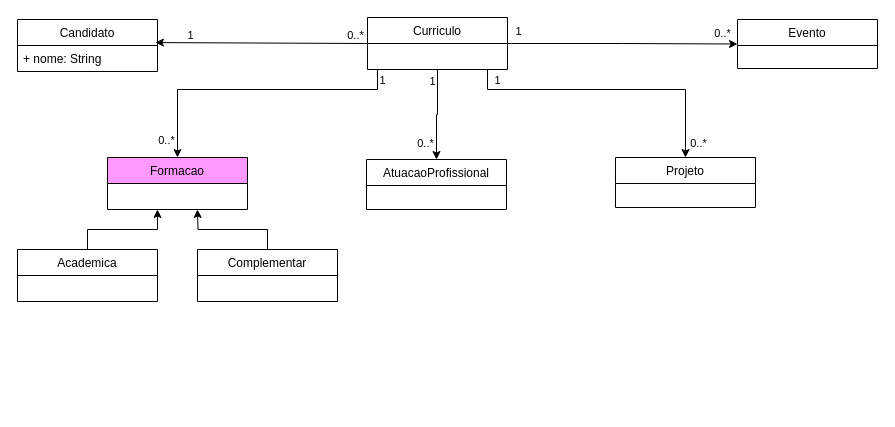
Above: appcurriculumvitae/uml/posJava.drawio in hamiltonvalerio/arquitetura-java (draw.io), before the change. Source tidied: cells renumbered, new cells numbered last; positions are measured from the earlier drawing's top-left corner, leaving out a move shared by most shapes. Both pictures are drawn from the tidied source at 100%, with x=0, y=0 at pixel (17, 17).
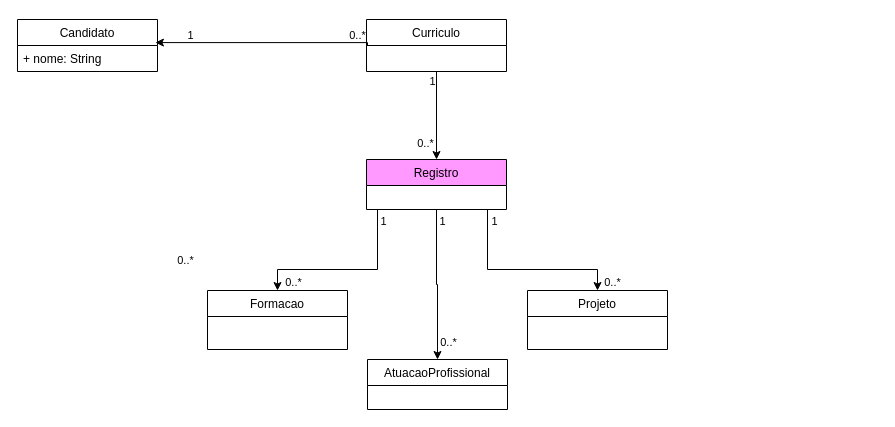
The same diagram, later.

The edit, as a diff of the source:
```diff
@@
-    <mxCell id="8" style="edgeStyle=orthogonalEdgeStyle;rounded=0;jettySize=auto;html=1;entryX=0.5;entryY=0;entryDx=0;entryDy=0;" parent="1" edge="1" source="10" target="22">
+    <mxCell id="8" style="edgeStyle=orthogonalEdgeStyle;rounded=0;jettySize=auto;html=1;entryX=0.5;entryY=0;entryDx=0;entryDy=0;" parent="1" edge="1" target="22">
       <mxGeometry relative="1" as="geometry">
+        <mxPoint x="470" y="192" as="sourcePoint" />
         <Array as="points">
-          <mxPoint x="470" y="72" />
-          <mxPoint x="668" y="72" />
+          <mxPoint x="470" y="252" />
+          <mxPoint x="580" y="252" />
         </Array>
       </mxGeometry>
     </mxCell>
-    <mxCell id="9" style="edgeStyle=orthogonalEdgeStyle;rounded=0;jettySize=auto;html=1;" parent="1" edge="1" source="10" target="25">
-      <mxGeometry relative="1" as="geometry" />
-    </mxCell>
     <mxCell id="10" value="Curriculo" style="swimlane;fontStyle=0;horizontal=1;startSize=26;fillColor=none;" parent="1" vertex="1">
-      <mxGeometry x="350" width="140" height="52" as="geometry" />
+      <mxGeometry x="349" y="2" width="140" height="52" as="geometry" />
     </mxCell>
-    <mxCell id="11" value="Formacao" style="swimlane;fontStyle=0;horizontal=1;startSize=26;fillColor=#FF99FF;" parent="1" vertex="1">
-      <mxGeometry x="90" y="140" width="140" height="52" as="geometry" />
+    <mxCell id="11" value="Formacao" style="swimlane;fontStyle=0;horizontal=1;startSize=26;fillColor=none;" parent="1" vertex="1">
+      <mxGeometry x="190" y="273" width="140" height="59" as="geometry" />
     </mxCell>
-    <mxCell id="12" style="edgeStyle=orthogonalEdgeStyle;rounded=0;jettySize=auto;html=1;" parent="1" edge="1" source="13">
-      <mxGeometry relative="1" as="geometry">
-        <mxPoint x="140" y="192" as="targetPoint" />
-        <Array as="points">
-          <mxPoint x="70" y="212" />
-          <mxPoint x="140" y="212" />
-        </Array>
-      </mxGeometry>
-    </mxCell>
-    <mxCell id="13" value="Academica" style="swimlane;fontStyle=0;horizontal=1;startSize=26;fillColor=none;" parent="1" vertex="1">
-      <mxGeometry y="232" width="140" height="52" as="geometry" />
-    </mxCell>
     <mxCell id="14" style="edgeStyle=orthogonalEdgeStyle;rounded=0;jettySize=auto;html=1;entryX=0.5;entryY=0;entryDx=0;entryDy=0;" parent="1" edge="1" target="11">
       <mxGeometry relative="1" as="geometry">
-        <mxPoint x="360" y="52" as="sourcePoint" />
+        <mxPoint x="390" y="192" as="sourcePoint" />
         <Array as="points">
-          <mxPoint x="360" y="52" />
-          <mxPoint x="360" y="72" />
-          <mxPoint x="160" y="72" />
+          <mxPoint x="360" y="192" />
+          <mxPoint x="360" y="252" />
+          <mxPoint x="260" y="252" />
         </Array>
       </mxGeometry>
     </mxCell>
@@
     <mxCell id="16" value="1" style="edgeLabel;html=1;align=center;verticalAlign=middle;" parent="14" vertex="1">
       <mxGeometry x="0.7" y="1" relative="1" as="geometry">
-        <mxPoint x="203" y="-35" as="offset" />
+        <mxPoint x="205" y="-50" as="offset" />
       </mxGeometry>
     </mxCell>
-    <mxCell id="17" style="edgeStyle=orthogonalEdgeStyle;rounded=0;jettySize=auto;html=1;" parent="1" edge="1" source="18">
-      <mxGeometry relative="1" as="geometry">
-        <mxPoint x="180" y="192" as="targetPoint" />
-      </mxGeometry>
-    </mxCell>
-    <mxCell id="18" value="Complementar" style="swimlane;fontStyle=0;horizontal=1;startSize=26;fillColor=none;" parent="1" vertex="1">
-      <mxGeometry x="180" y="232" width="140" height="52" as="geometry" />
-    </mxCell>
+    <mxCell id="28" style="edgeStyle=orthogonalEdgeStyle;rounded=0;jettySize=auto;html=1;entryX=0.5;entryY=0;entryDx=0;entryDy=0;" parent="1" edge="1" source="19" target="29">
+      <mxGeometry relative="1" as="geometry" />
+    </mxCell>
-    <mxCell id="19" value="AtuacaoProfissional" style="swimlane;fontStyle=0;horizontal=1;startSize=26;fillColor=none;" parent="1" vertex="1">
+    <mxCell id="19" value="Registro" style="swimlane;fontStyle=0;horizontal=1;startSize=26;fillColor=#FF99FF;" parent="1" vertex="1">
       <mxGeometry x="349" y="142" width="140" height="50" as="geometry" />
     </mxCell>
@@
     <mxCell id="22" value="Projeto" style="swimlane;fontStyle=0;horizontal=1;startSize=26;fillColor=none;" parent="1" vertex="1">
-      <mxGeometry x="598" y="140" width="140" height="50" as="geometry" />
+      <mxGeometry x="510" y="273" width="140" height="59" as="geometry" />
     </mxCell>
-    <mxCell id="23" value="1" style="edgeLabel;html=1;align=center;verticalAlign=middle;" parent="1" vertex="1">
-      <mxGeometry x="419" y="151" as="geometry">
-        <mxPoint x="60" y="-89" as="offset" />
-      </mxGeometry>
-    </mxCell>
     <mxCell id="24" value="0..*" style="edgeLabel;html=1;align=center;verticalAlign=middle;" parent="1" vertex="1">
-      <mxGeometry x="680" y="125" as="geometry" />
+      <mxGeometry x="684" y="252" as="geometry">
+        <mxPoint x="-90" y="12" as="offset" />
+      </mxGeometry>
     </mxCell>
-    <mxCell id="25" value="Evento" style="swimlane;fontStyle=0;horizontal=1;startSize=26;fillColor=none;" parent="1" vertex="1">
-      <mxGeometry x="720" y="2" width="140" height="49" as="geometry" />
-    </mxCell>
-    <mxCell id="26" value="1" style="edgeLabel;html=1;align=center;verticalAlign=middle;" parent="1" vertex="1">
-      <mxGeometry x="440" y="102" as="geometry">
-        <mxPoint x="60" y="-89" as="offset" />
-      </mxGeometry>
-    </mxCell>
-    <mxCell id="27" value="0..*" style="edgeLabel;html=1;align=center;verticalAlign=middle;" parent="1" vertex="1">
-      <mxGeometry x="681" y="139" as="geometry">
-        <mxPoint x="23" y="-124" as="offset" />
-      </mxGeometry>
-    </mxCell>
+    <mxCell id="29" value="AtuacaoProfissional" style="swimlane;fontStyle=0;horizontal=1;startSize=26;fillColor=none;" parent="1" vertex="1">
+      <mxGeometry x="350" y="342" width="140" height="50" as="geometry" />
+    </mxCell>
+    <mxCell id="30" value="1" style="edgeLabel;html=1;align=center;verticalAlign=middle;" parent="1" vertex="1">
+      <mxGeometry x="485" y="212" as="geometry">
+        <mxPoint x="-61" y="-9" as="offset" />
+      </mxGeometry>
+    </mxCell>
+    <mxCell id="31" value="1" style="edgeLabel;html=1;align=center;verticalAlign=middle;" parent="1" vertex="1">
+      <mxGeometry x="426" y="212" as="geometry">
+        <mxPoint x="-61" y="-9" as="offset" />
+      </mxGeometry>
+    </mxCell>
+    <mxCell id="32" value="0..*" style="edgeLabel;html=1;align=center;verticalAlign=middle;" parent="1" vertex="1">
+      <mxGeometry x="520" y="312" as="geometry">
+        <mxPoint x="-90" y="12" as="offset" />
+      </mxGeometry>
+    </mxCell>
+    <mxCell id="33" value="0..*" style="edgeLabel;html=1;align=center;verticalAlign=middle;" parent="1" vertex="1">
+      <mxGeometry x="365" y="252" as="geometry">
+        <mxPoint x="-90" y="12" as="offset" />
+      </mxGeometry>
+    </mxCell>
```
